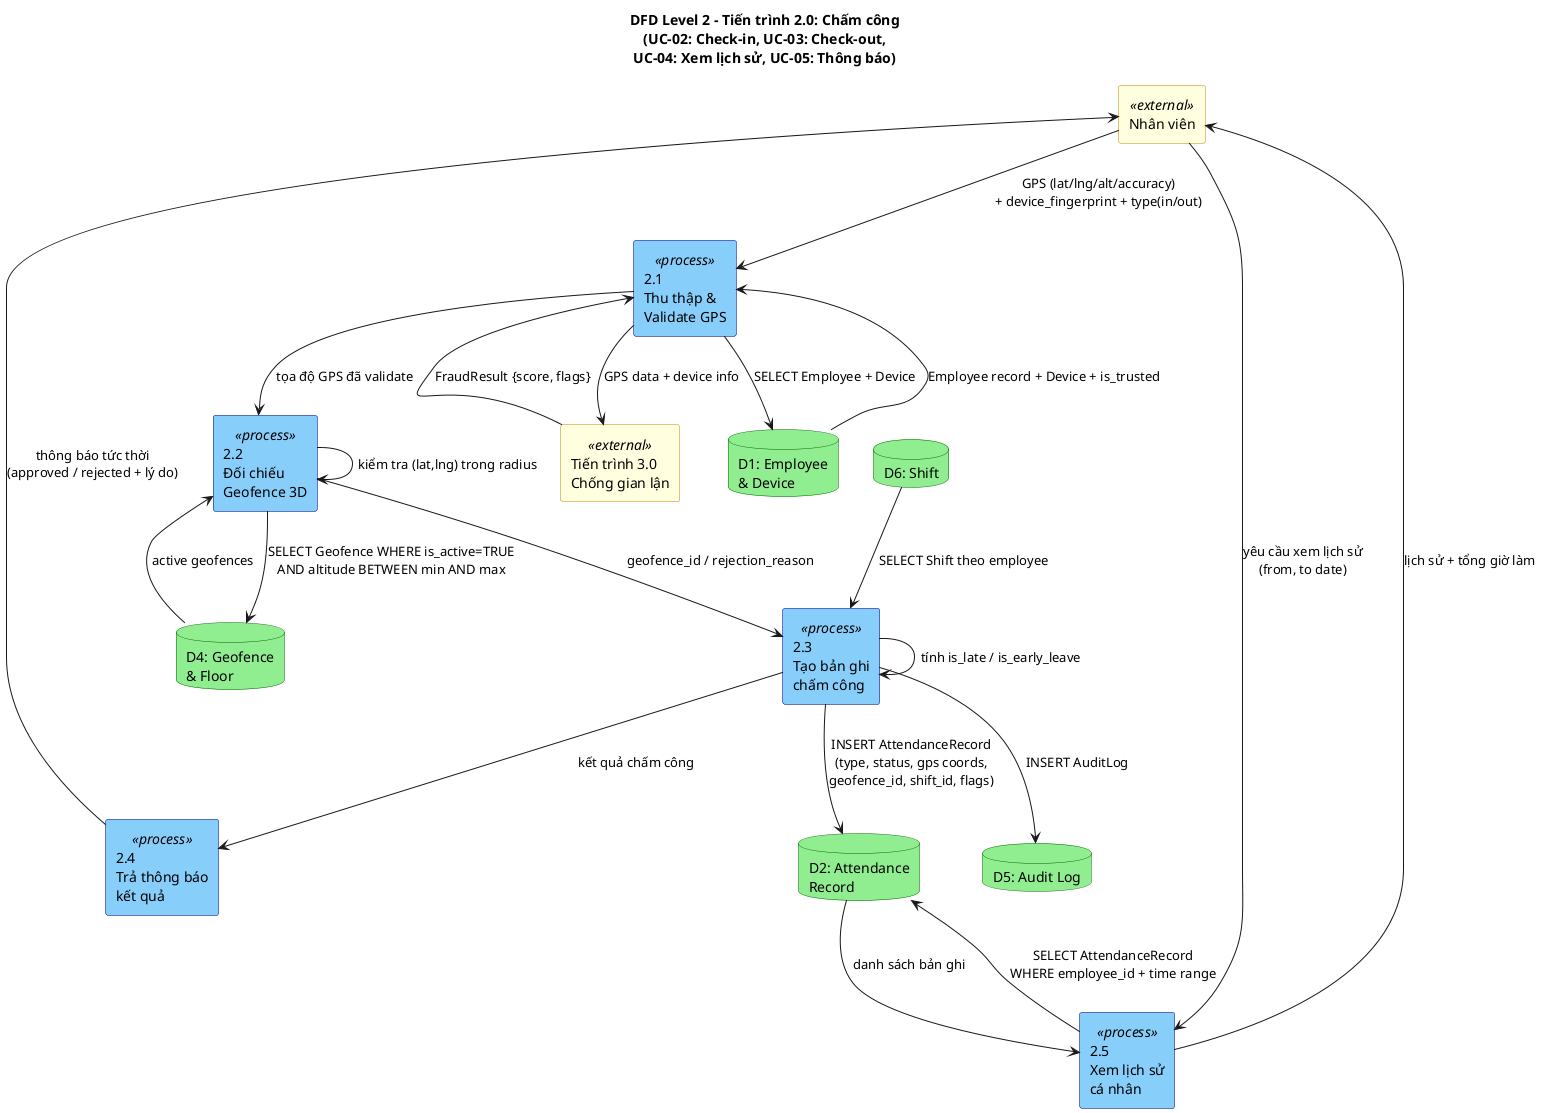
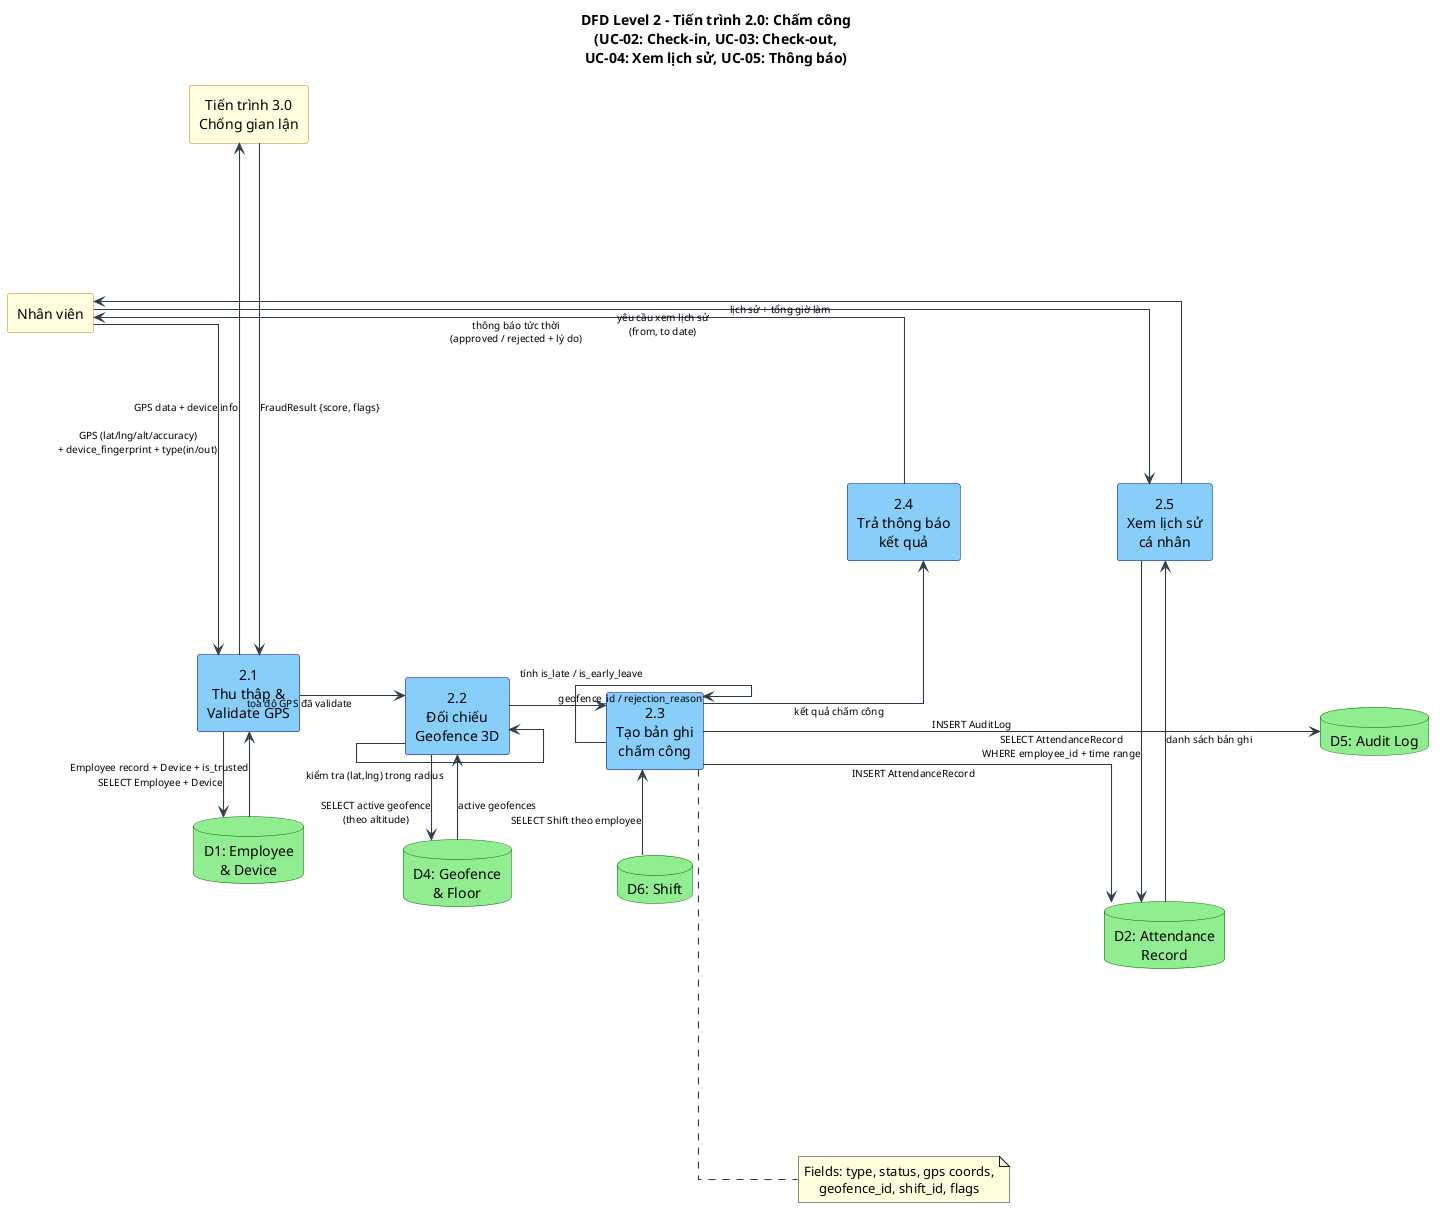
@startuml DFD_L2_Attendance
title DFD Level 2 – Tiến trình 2.0: Chấm công\n(UC-02: Check-in, UC-03: Check-out,\nUC-04: Xem lịch sử, UC-05: Thông báo)
+ 
+ ' ===== Layout & readability =====
+ left to right direction
+ skinparam Shadowing false
+ skinparam linetype ortho
+ skinparam defaultTextAlignment center
+ skinparam ArrowColor #2F3B4A
+ skinparam ArrowThickness 1.1
+ skinparam ArrowFontSize 10
+ skinparam nodesep 85
+ skinparam ranksep 95
+ hide stereotype

skinparam rectangle {
  BackgroundColor<<external>> LightYellow
  BorderColor<<external>> DarkGoldenRod
}
skinparam rectangle {
  BackgroundColor<<process>> LightSkyBlue
  BorderColor<<process>> Navy
}
skinparam database {
  BackgroundColor LightGreen
  BorderColor DarkGreen
}

rectangle "Nhân viên" <<external>> as NV
rectangle "Tiến trình 3.0\nChống gian lận" <<external>> as P3

rectangle "2.1\nThu thập &\nValidate GPS" <<process>> as P21
rectangle "2.2\nĐối chiếu\nGeofence 3D" <<process>> as P22
rectangle "2.3\nTạo bản ghi\nchấm công" <<process>> as P23
rectangle "2.4\nTrả thông báo\nkết quả" <<process>> as P24
rectangle "2.5\nXem lịch sử\ncá nhân" <<process>> as P25

database "D1: Employee\n& Device" as D1
database "D2: Attendance\nRecord" as D2
database "D4: Geofence\n& Floor" as D4
database "D5: Audit Log" as D5
database "D6: Shift" as D6

+ ' ===== Position anchors (for cleaner layout) =====
+ NV -[hidden]down-> P3
+ P3 -[hidden]right-> P21
+ 
+ P21 -[hidden]down-> P22
+ P22 -[hidden]down-> P23
+ P23 -[hidden]down-> P24
+ P24 -[hidden]down-> P25
+ 
+ P21 -[hidden]right-> D1
+ P22 -[hidden]right-> D4
+ P23 -[hidden]right-> D6
+ P23 -[hidden]right-> D2
+ P23 -[hidden]right-> D5
+ P25 -[hidden]right-> D2
+ 
+ D1 -[hidden]down-> D4
+ D4 -[hidden]down-> D6
+ D6 -[hidden]down-> D2
+ D2 -[hidden]down-> D5
+ 
' Check-in / Check-out flow
- NV --> P21 : GPS (lat/lng/alt/accuracy)\n+ device_fingerprint + type(in/out)
- P21 --> D1 : SELECT Employee + Device
- D1 --> P21 : Employee record + Device + is_trusted
+ NV -right-> P21 : GPS (lat/lng/alt/accuracy)\n+ device_fingerprint + type(in/out)
+ P21 -right-> D1 : SELECT Employee + Device
+ D1 -left-> P21 : Employee record + Device + is_trusted

- P21 --> P3 : GPS data + device info
- P3 --> P21 : FraudResult {score, flags}
+ P21 -left-> P3 : GPS data + device info
+ P3 -right-> P21 : FraudResult {score, flags}

- P21 --> P22 : tọa độ GPS đã validate
- P22 --> D4 : SELECT Geofence WHERE is_active=TRUE\nAND altitude BETWEEN min AND max
- D4 --> P22 : active geofences
+ P21 -down-> P22 : tọa độ GPS đã validate
+ P22 -right-> D4 : SELECT active geofence\n(theo altitude)
+ D4 -left-> P22 : active geofences
P22 --> P22 : kiểm tra (lat,lng) trong radius

- P22 --> P23 : geofence_id / rejection_reason
- D6 --> P23 : SELECT Shift theo employee
+ P22 -down-> P23 : geofence_id / rejection_reason
+ D6 -left-> P23 : SELECT Shift theo employee
P23 --> P23 : tính is_late / is_early_leave

- P23 --> D2 : INSERT AttendanceRecord\n(type, status, gps coords,\ngeofence_id, shift_id, flags)
- P23 --> D5 : INSERT AuditLog
- P23 --> P24 : kết quả chấm công
+ P23 -right-> D2 : INSERT AttendanceRecord
+ note right of P23
+ Fields: type, status, gps coords,
+ geofence_id, shift_id, flags
+ end note
+ P23 -right-> D5 : INSERT AuditLog
+ P23 -down-> P24 : kết quả chấm công

- P24 --> NV : thông báo tức thời\n(approved / rejected + lý do)
+ P24 -left-> NV : thông báo tức thời\n(approved / rejected + lý do)

' View history flow
- NV --> P25 : yêu cầu xem lịch sử\n(from, to date)
- P25 --> D2 : SELECT AttendanceRecord\nWHERE employee_id + time range
- D2 --> P25 : danh sách bản ghi
- P25 --> NV : lịch sử + tổng giờ làm
+ NV -right-> P25 : yêu cầu xem lịch sử\n(from, to date)
+ P25 -right-> D2 : SELECT AttendanceRecord\nWHERE employee_id + time range
+ D2 -left-> P25 : danh sách bản ghi
+ P25 -left-> NV : lịch sử + tổng giờ làm

@enduml
